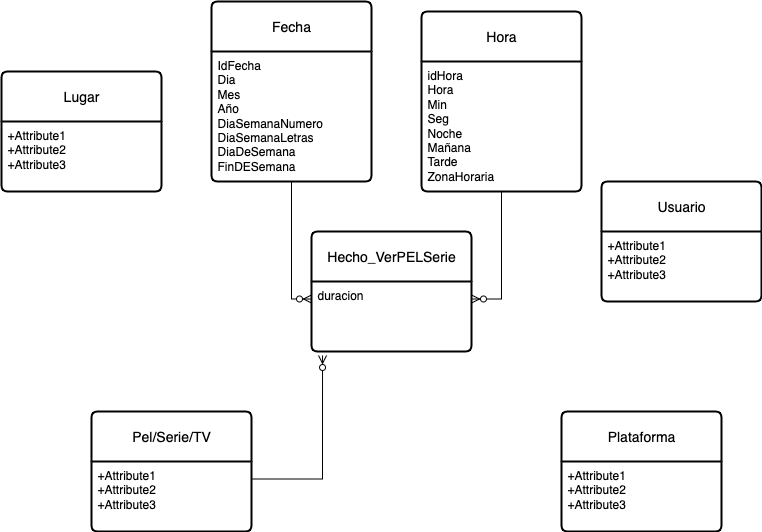
This is InteligenciaNegocios.drawio.png from CamiloC21/DiagramasIN, a draw.io export, as it was before one commit. Source tidied: cells renumbered, new cells last; positions are measured from the earlier drawing's top-left corner, leaving out a move shared by most shapes. Source of this version:
```xml
<mxGraphModel>
  <root>
    <mxCell id="0" />
    <mxCell id="1" parent="0" />
    <mxCell id="2" value="Hecho_VerPELSerie" style="swimlane;horizontal=1;startSize=50;rounded=1;fontSize=14;fontStyle=0;strokeWidth=2;shadow=0;dashed=0;align=center;arcSize=4;whiteSpace=wrap;html=1;" parent="1" vertex="1">
      <mxGeometry x="310" y="230" width="160" height="120" as="geometry" />
    </mxCell>
    <mxCell id="3" value="duracion&lt;div&gt;&lt;br&gt;&lt;/div&gt;" style="align=left;strokeColor=none;fillColor=none;spacingLeft=4;spacingRight=4;fontSize=12;verticalAlign=top;html=1;whiteSpace=wrap;" parent="2" vertex="1">
      <mxGeometry y="50" width="160" height="70" as="geometry" />
    </mxCell>
    <mxCell id="4" value="Usuario" style="swimlane;horizontal=1;startSize=50;rounded=1;fontSize=14;fontStyle=0;strokeWidth=2;shadow=0;dashed=0;align=center;arcSize=4;whiteSpace=wrap;html=1;" parent="1" vertex="1">
      <mxGeometry x="600" y="180" width="160" height="120" as="geometry" />
    </mxCell>
    <mxCell id="5" value="+Attribute1&#10;+Attribute2&#10;+Attribute3" style="align=left;strokeColor=none;fillColor=none;spacingLeft=4;spacingRight=4;fontSize=12;verticalAlign=top;html=1;whiteSpace=wrap;" parent="4" vertex="1">
      <mxGeometry y="50" width="160" height="70" as="geometry" />
    </mxCell>
    <mxCell id="6" value="Lugar" style="swimlane;horizontal=1;startSize=50;rounded=1;fontSize=14;fontStyle=0;strokeWidth=2;shadow=0;dashed=0;align=center;arcSize=4;whiteSpace=wrap;html=1;" parent="1" vertex="1">
      <mxGeometry y="70" width="160" height="120" as="geometry" />
    </mxCell>
    <mxCell id="7" value="+Attribute1&#10;+Attribute2&#10;+Attribute3" style="align=left;strokeColor=none;fillColor=none;spacingLeft=4;spacingRight=4;fontSize=12;verticalAlign=top;html=1;whiteSpace=wrap;" parent="6" vertex="1">
      <mxGeometry y="50" width="160" height="70" as="geometry" />
    </mxCell>
    <mxCell id="8" value="Pel/Serie/TV" style="swimlane;horizontal=1;startSize=50;rounded=1;fontSize=14;fontStyle=0;strokeWidth=2;shadow=0;dashed=0;align=center;arcSize=4;whiteSpace=wrap;html=1;" parent="1" vertex="1">
      <mxGeometry x="90" y="410" width="160" height="120" as="geometry" />
    </mxCell>
    <mxCell id="9" value="+Attribute1&#10;+Attribute2&#10;+Attribute3" style="align=left;strokeColor=none;fillColor=none;spacingLeft=4;spacingRight=4;fontSize=12;verticalAlign=top;html=1;whiteSpace=wrap;" parent="8" vertex="1">
      <mxGeometry y="50" width="160" height="70" as="geometry" />
    </mxCell>
    <mxCell id="10" value="Plataforma" style="swimlane;horizontal=1;startSize=50;rounded=1;fontSize=14;fontStyle=0;strokeWidth=2;shadow=0;dashed=0;align=center;arcSize=4;whiteSpace=wrap;html=1;" parent="1" vertex="1">
      <mxGeometry x="560" y="410" width="160" height="120" as="geometry" />
    </mxCell>
    <mxCell id="11" value="+Attribute1&#10;+Attribute2&#10;+Attribute3" style="align=left;strokeColor=none;fillColor=none;spacingLeft=4;spacingRight=4;fontSize=12;verticalAlign=top;html=1;whiteSpace=wrap;" parent="10" vertex="1">
      <mxGeometry y="50" width="160" height="70" as="geometry" />
    </mxCell>
    <mxCell id="12" value="Fecha" style="swimlane;horizontal=1;startSize=50;rounded=1;fontSize=14;fontStyle=0;strokeWidth=2;shadow=0;dashed=0;align=center;arcSize=4;whiteSpace=wrap;html=1;" parent="1" vertex="1">
      <mxGeometry x="210" width="160" height="180" as="geometry" />
    </mxCell>
    <mxCell id="13" value="&lt;div&gt;IdFecha&lt;/div&gt;Dia&lt;div&gt;Mes&amp;nbsp;&lt;/div&gt;&lt;div&gt;Año&lt;/div&gt;&lt;div&gt;DiaSemanaNumero&lt;/div&gt;&lt;div&gt;DiaSemanaLetras&lt;/div&gt;&lt;div&gt;DiaDeSemana&lt;/div&gt;&lt;div&gt;FinDESemana&lt;/div&gt;" style="align=left;strokeColor=none;fillColor=none;spacingLeft=4;spacingRight=4;fontSize=12;verticalAlign=top;html=1;whiteSpace=wrap;" parent="12" vertex="1">
      <mxGeometry y="50" width="160" height="130" as="geometry" />
    </mxCell>
    <mxCell id="14" value="Hora" style="swimlane;horizontal=1;startSize=50;rounded=1;fontSize=14;fontStyle=0;strokeWidth=2;shadow=0;dashed=0;align=center;arcSize=4;whiteSpace=wrap;html=1;" parent="1" vertex="1">
      <mxGeometry x="420" y="10" width="160" height="180" as="geometry" />
    </mxCell>
    <mxCell id="15" value="idHora&lt;div&gt;Hora&lt;/div&gt;&lt;div&gt;Min&lt;/div&gt;&lt;div&gt;Seg&lt;/div&gt;&lt;div&gt;Noche&amp;nbsp;&lt;/div&gt;&lt;div&gt;Mañana&lt;/div&gt;&lt;div&gt;Tarde&lt;/div&gt;&lt;div&gt;ZonaHoraria&lt;/div&gt;" style="align=left;strokeColor=none;fillColor=none;spacingLeft=4;spacingRight=4;fontSize=12;verticalAlign=top;html=1;whiteSpace=wrap;" parent="14" vertex="1">
      <mxGeometry y="50" width="160" height="130" as="geometry" />
    </mxCell>
    <mxCell id="16" style="edgeStyle=orthogonalEdgeStyle;rounded=0;jettySize=auto;html=1;entryX=0;entryY=0.25;entryDx=0;entryDy=0;endArrow=ERzeroToMany;endFill=0;" parent="1" edge="1" source="13" target="3">
      <mxGeometry relative="1" as="geometry" />
    </mxCell>
    <mxCell id="17" style="edgeStyle=orthogonalEdgeStyle;rounded=0;jettySize=auto;html=1;entryX=1;entryY=0.25;entryDx=0;entryDy=0;endArrow=ERzeroToMany;endFill=0;" parent="1" edge="1" source="15" target="3">
      <mxGeometry relative="1" as="geometry" />
    </mxCell>
    <mxCell id="18" style="edgeStyle=orthogonalEdgeStyle;rounded=0;jettySize=auto;html=1;exitX=1;exitY=0.25;exitDx=0;exitDy=0;entryX=0.069;entryY=1.057;entryDx=0;entryDy=0;entryPerimeter=0;endArrow=ERzeroToMany;endFill=0;" parent="1" edge="1" source="9" target="3">
      <mxGeometry relative="1" as="geometry" />
    </mxCell>
  </root>
</mxGraphModel>
```
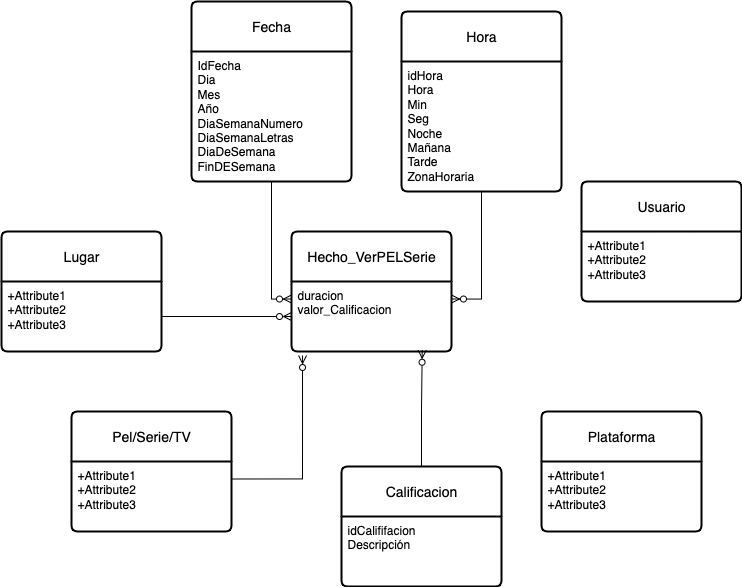
Above is the later version.

Diff of the diagram source:
```diff
@@ -5,7 +5,7 @@
     <mxCell id="2" value="Hecho_VerPELSerie" style="swimlane;horizontal=1;startSize=50;rounded=1;fontSize=14;fontStyle=0;strokeWidth=2;shadow=0;dashed=0;align=center;arcSize=4;whiteSpace=wrap;html=1;" parent="1" vertex="1">
       <mxGeometry x="310" y="230" width="160" height="120" as="geometry" />
     </mxCell>
-    <mxCell id="3" value="duracion&lt;div&gt;&lt;br&gt;&lt;/div&gt;" style="align=left;strokeColor=none;fillColor=none;spacingLeft=4;spacingRight=4;fontSize=12;verticalAlign=top;html=1;whiteSpace=wrap;" parent="2" vertex="1">
+    <mxCell id="3" value="duracion&lt;div&gt;valor_Calificacion&lt;br&gt;&lt;div&gt;&lt;br&gt;&lt;/div&gt;&lt;/div&gt;" style="align=left;strokeColor=none;fillColor=none;spacingLeft=4;spacingRight=4;fontSize=12;verticalAlign=top;html=1;whiteSpace=wrap;" parent="2" vertex="1">
       <mxGeometry y="50" width="160" height="70" as="geometry" />
     </mxCell>
     <mxCell id="4" value="Usuario" style="swimlane;horizontal=1;startSize=50;rounded=1;fontSize=14;fontStyle=0;strokeWidth=2;shadow=0;dashed=0;align=center;arcSize=4;whiteSpace=wrap;html=1;" parent="1" vertex="1">
@@ -15,7 +15,7 @@
       <mxGeometry y="50" width="160" height="70" as="geometry" />
     </mxCell>
     <mxCell id="6" value="Lugar" style="swimlane;horizontal=1;startSize=50;rounded=1;fontSize=14;fontStyle=0;strokeWidth=2;shadow=0;dashed=0;align=center;arcSize=4;whiteSpace=wrap;html=1;" parent="1" vertex="1">
-      <mxGeometry y="70" width="160" height="120" as="geometry" />
+      <mxGeometry x="20" y="230" width="160" height="120" as="geometry" />
     </mxCell>
     <mxCell id="7" value="+Attribute1&#10;+Attribute2&#10;+Attribute3" style="align=left;strokeColor=none;fillColor=none;spacingLeft=4;spacingRight=4;fontSize=12;verticalAlign=top;html=1;whiteSpace=wrap;" parent="6" vertex="1">
       <mxGeometry y="50" width="160" height="70" as="geometry" />
@@ -53,5 +53,17 @@
     <mxCell id="18" style="edgeStyle=orthogonalEdgeStyle;rounded=0;jettySize=auto;html=1;exitX=1;exitY=0.25;exitDx=0;exitDy=0;entryX=0.069;entryY=1.057;entryDx=0;entryDy=0;entryPerimeter=0;endArrow=ERzeroToMany;endFill=0;" parent="1" edge="1" source="9" target="3">
       <mxGeometry relative="1" as="geometry" />
     </mxCell>
+    <mxCell id="19" style="edgeStyle=orthogonalEdgeStyle;rounded=0;jettySize=auto;html=1;entryX=0;entryY=0.5;entryDx=0;entryDy=0;endArrow=ERzeroToMany;endFill=0;" parent="1" edge="1" source="7" target="3">
+      <mxGeometry relative="1" as="geometry" />
+    </mxCell>
+    <mxCell id="20" value="Calificacion" style="swimlane;horizontal=1;startSize=50;rounded=1;fontSize=14;fontStyle=0;strokeWidth=2;shadow=0;dashed=0;align=center;arcSize=4;whiteSpace=wrap;html=1;" parent="1" vertex="1">
+      <mxGeometry x="360" y="465" width="160" height="120" as="geometry" />
+    </mxCell>
+    <mxCell id="21" value="idCalififacion&lt;div&gt;Descripción&lt;/div&gt;" style="align=left;strokeColor=none;fillColor=none;spacingLeft=4;spacingRight=4;fontSize=12;verticalAlign=top;html=1;whiteSpace=wrap;" parent="20" vertex="1">
+      <mxGeometry y="50" width="160" height="70" as="geometry" />
+    </mxCell>
+    <mxCell id="22" style="edgeStyle=orthogonalEdgeStyle;rounded=0;jettySize=auto;html=1;entryX=0.817;entryY=0.982;entryDx=0;entryDy=0;entryPerimeter=0;endArrow=ERzeroToMany;endFill=0;" parent="1" edge="1" source="20" target="3">
+      <mxGeometry relative="1" as="geometry" />
+    </mxCell>
   </root>
 </mxGraphModel>
```
